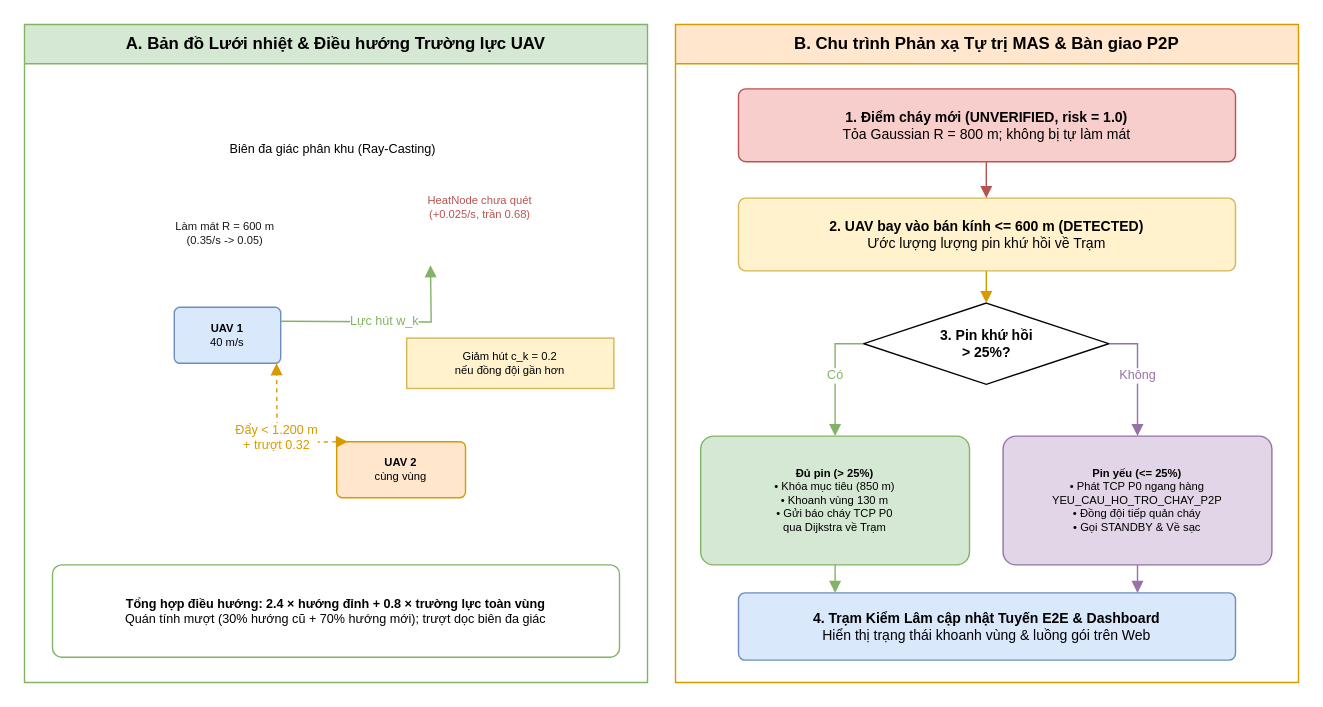
Before: docs/diagrams_drawio/fig2_9_mas_heatmap_autonomy.drawio in xuanquy06/PBL4, a draw.io diagram. Source tidied: cells renumbered, new cells numbered last; positions are measured from the earlier drawing's top-left corner, leaving out a move shared by most shapes. Both pictures are drawn from the tidied source at 140%, with x=0, y=0 at pixel (24, 24).
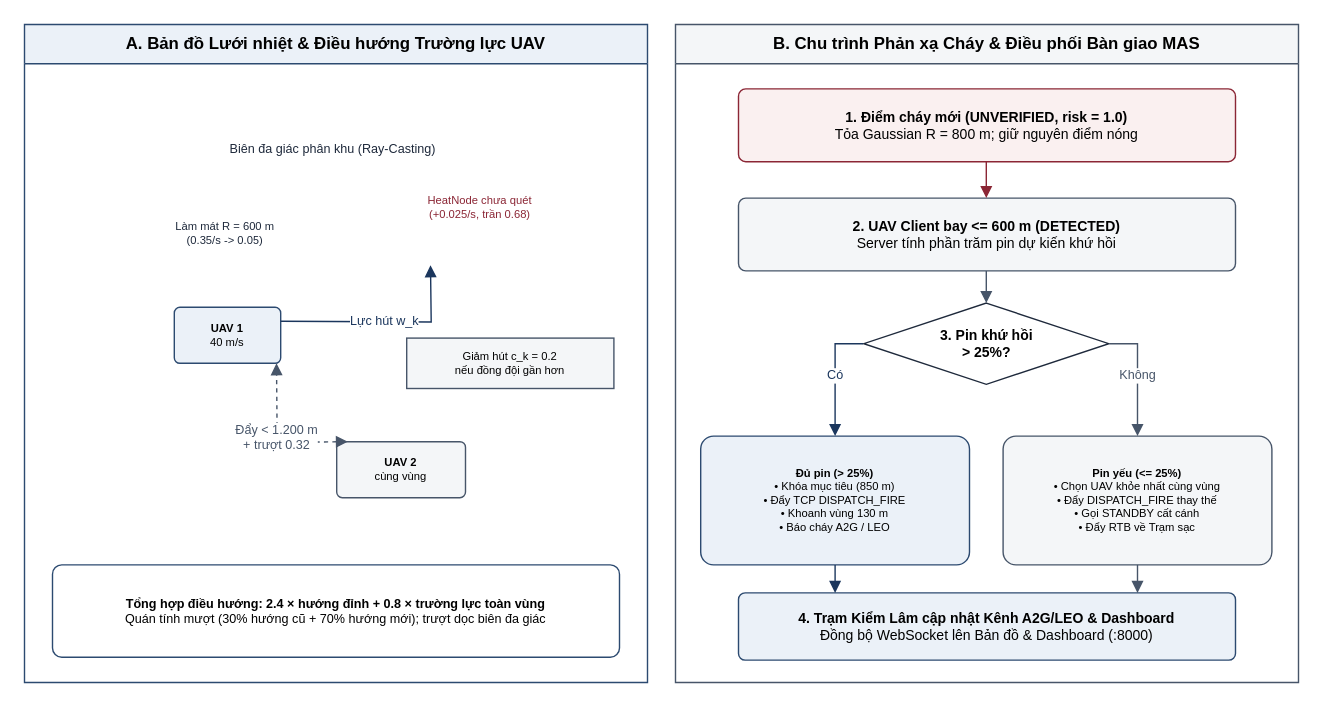
Above is the later version.

The edit, as a diff of the source:
```diff
@@
-    <mxCell id="2" value="A. Bản đồ Lưới nhiệt &amp;amp; Điều hướng Trường lực UAV" style="swimlane;whiteSpace=wrap;html=1;startSize=28;fillColor=#d5e8d4;strokeColor=#82b366;swimlaneFillColor=#ffffff;fontSize=12;fontStyle=1;fontColor=#000000;" parent="1" vertex="1">
+    <mxCell id="2" value="A. Bản đồ Lưới nhiệt &amp;amp; Điều hướng Trường lực UAV" style="swimlane;whiteSpace=wrap;html=1;startSize=28;fillColor=#EBF1F8;strokeColor=#2C4A70;swimlaneFillColor=#FFFFFF;fontSize=12;fontStyle=1;fontColor=#000000;" parent="1" vertex="1">
       <mxGeometry width="445" height="470" as="geometry" />
     </mxCell>
-    <mxCell id="3" value="Biên đa giác phân khu (Ray-Casting)" style="text;html=1;align=center;verticalAlign=center;strokeColor=none;fillColor=none;fontSize=9;fontColor=#000000;" parent="1" vertex="1">
+    <mxCell id="3" value="Biên đa giác phân khu (Ray-Casting)" style="text;html=1;align=center;verticalAlign=center;strokeColor=none;fillColor=none;fontSize=9;fontColor=#1E293B;" parent="1" vertex="1">
       <mxGeometry x="180" y="72" width="80" height="20" as="geometry" />
     </mxCell>
-    <mxCell id="4" value="&lt;b&gt;UAV 1&lt;/b&gt;&lt;br&gt;40 m/s" style="rounded=1;arcSize=10;whiteSpace=wrap;html=1;fillColor=#dae8fc;strokeColor=#6c8ebf;fontSize=8;fontColor=#000000;" parent="1" vertex="1">
+    <mxCell id="4" value="&lt;b&gt;UAV 1&lt;/b&gt;&lt;br&gt;40 m/s" style="rounded=1;arcSize=10;whiteSpace=wrap;html=1;fillColor=#EBF1F8;strokeColor=#2C4A70;fontSize=8;fontColor=#000000;" parent="1" vertex="1">
       <mxGeometry x="107" y="202" width="76" height="40" as="geometry" />
     </mxCell>
-    <mxCell id="5" value="Làm mát R = 600 m&lt;br&gt;(0.35/s -&amp;gt; 0.05)" style="text;html=1;align=center;verticalAlign=center;strokeColor=none;fillColor=none;fontSize=8;fontColor=#1a1a1a;" parent="1" vertex="1">
+    <mxCell id="5" value="Làm mát R = 600 m&lt;br&gt;(0.35/s -&amp;gt; 0.05)" style="text;html=1;align=center;verticalAlign=center;strokeColor=none;fillColor=none;fontSize=8;fontColor=#1E293B;" parent="1" vertex="1">
       <mxGeometry x="103" y="132" width="80" height="20" as="geometry" />
     </mxCell>
-    <mxCell id="6" value="HeatNode chưa quét&lt;br&gt;(+0.025/s, trần 0.68)" style="text;html=1;align=center;verticalAlign=center;strokeColor=none;fillColor=none;fontSize=8;fontColor=#b85450;" parent="1" vertex="1">
+    <mxCell id="6" value="HeatNode chưa quét&lt;br&gt;(+0.025/s, trần 0.68)" style="text;html=1;align=center;verticalAlign=center;strokeColor=none;fillColor=none;fontSize=8;fontColor=#8B2635;" parent="1" vertex="1">
       <mxGeometry x="285" y="114" width="80" height="20" as="geometry" />
     </mxCell>
-    <mxCell id="7" value="Lực hút w_k" style="edgeStyle=orthogonalEdgeStyle;rounded=0;orthogonalLoop=1;jettySize=auto;html=1;strokeColor=#82b366;fontColor=#82b366;fontSize=9;endArrow=block;endFill=1;" parent="1" edge="1">
+    <mxCell id="7" value="Lực hút w_k" style="edgeStyle=orthogonalEdgeStyle;rounded=0;orthogonalLoop=1;jettySize=auto;html=1;strokeColor=#1B365D;fontColor=#1B365D;fontSize=9;endArrow=block;endFill=1;" parent="1" edge="1">
       <mxGeometry relative="1" as="geometry">
         <mxPoint x="183" y="212" as="sourcePoint" />
         <mxPoint x="290" y="172" as="targetPoint" />
       </mxGeometry>
     </mxCell>
-    <mxCell id="8" value="&lt;b&gt;UAV 2&lt;/b&gt;&lt;br&gt;cùng vùng" style="rounded=1;arcSize=10;whiteSpace=wrap;html=1;fillColor=#ffe6cc;strokeColor=#d79b00;fontSize=8;fontColor=#000000;" parent="1" vertex="1">
+    <mxCell id="8" value="&lt;b&gt;UAV 2&lt;/b&gt;&lt;br&gt;cùng vùng" style="rounded=1;arcSize=10;whiteSpace=wrap;html=1;fillColor=#F4F6F8;strokeColor=#475569;fontSize=8;fontColor=#000000;" parent="1" vertex="1">
       <mxGeometry x="223" y="298" width="92" height="40" as="geometry" />
     </mxCell>
-    <mxCell id="9" value="Đẩy &amp;lt; 1.200 m&lt;br&gt;+ trượt 0.32" style="edgeStyle=orthogonalEdgeStyle;rounded=0;orthogonalLoop=1;jettySize=auto;html=1;strokeColor=#d79b00;fontColor=#d79b00;fontSize=9;dashed=1;endArrow=block;endFill=1;startArrow=block;startFill=1;" parent="1" edge="1">
+    <mxCell id="9" value="Đẩy &amp;lt; 1.200 m&lt;br&gt;+ trượt 0.32" style="edgeStyle=orthogonalEdgeStyle;rounded=0;orthogonalLoop=1;jettySize=auto;html=1;strokeColor=#475569;fontColor=#475569;fontSize=9;dashed=1;endArrow=block;endFill=1;startArrow=block;startFill=1;" parent="1" edge="1">
       <mxGeometry relative="1" as="geometry">
         <mxPoint x="231" y="298" as="sourcePoint" />
         <mxPoint x="180" y="242" as="targetPoint" />
       </mxGeometry>
     </mxCell>
-    <mxCell id="10" value="Giảm hút c_k = 0.2&lt;br&gt;nếu đồng đội gần hơn" style="rounded=0;whiteSpace=wrap;html=1;fillColor=#fff2cc;strokeColor=#d6b656;fontSize=8;fontColor=#000000;" parent="1" vertex="1">
+    <mxCell id="10" value="Giảm hút c_k = 0.2&lt;br&gt;nếu đồng đội gần hơn" style="rounded=0;whiteSpace=wrap;html=1;fillColor=#F4F6F8;strokeColor=#475569;fontSize=8;fontColor=#000000;" parent="1" vertex="1">
       <mxGeometry x="273" y="224" width="148" height="36" as="geometry" />
     </mxCell>
-    <mxCell id="11" value="&lt;b&gt;Tổng hợp điều hướng: 2.4 × hướng đỉnh + 0.8 × trường lực toàn vùng&lt;/b&gt;&lt;br&gt;Quán tính mượt (30% hướng cũ + 70% hướng mới); trượt dọc biên đa giác" style="rounded=1;arcSize=10;whiteSpace=wrap;html=1;fillColor=#ffffff;strokeColor=#82b366;fontSize=9;fontColor=#000000;" parent="1" vertex="1">
+    <mxCell id="11" value="&lt;b&gt;Tổng hợp điều hướng: 2.4 × hướng đỉnh + 0.8 × trường lực toàn vùng&lt;/b&gt;&lt;br&gt;Quán tính mượt (30% hướng cũ + 70% hướng mới); trượt dọc biên đa giác" style="rounded=1;arcSize=10;whiteSpace=wrap;html=1;fillColor=#FFFFFF;strokeColor=#2C4A70;fontSize=9;fontColor=#000000;" parent="1" vertex="1">
       <mxGeometry x="20" y="386" width="405" height="66" as="geometry" />
     </mxCell>
-    <mxCell id="12" value="B. Chu trình Phản xạ Tự trị MAS &amp;amp; Bàn giao P2P" style="swimlane;whiteSpace=wrap;html=1;startSize=28;fillColor=#ffe6cc;strokeColor=#d79b00;swimlaneFillColor=#ffffff;fontSize=12;fontStyle=1;fontColor=#000000;" parent="1" vertex="1">
+    <mxCell id="12" value="B. Chu trình Phản xạ Cháy &amp;amp; Điều phối Bàn giao MAS" style="swimlane;whiteSpace=wrap;html=1;startSize=28;fillColor=#F4F6F8;strokeColor=#475569;swimlaneFillColor=#FFFFFF;fontSize=12;fontStyle=1;fontColor=#000000;" parent="1" vertex="1">
       <mxGeometry x="465" width="445" height="470" as="geometry" />
     </mxCell>
-    <mxCell id="13" value="&lt;b&gt;1. Điểm cháy mới (UNVERIFIED, risk = 1.0)&lt;/b&gt;&lt;br&gt;Tỏa Gaussian R = 800 m; không bị tự làm mát" style="rounded=1;arcSize=10;whiteSpace=wrap;html=1;fillColor=#f8cecc;strokeColor=#b85450;fontSize=10;fontColor=#000000;" parent="1" vertex="1">
+    <mxCell id="13" value="&lt;b&gt;1. Điểm cháy mới (UNVERIFIED, risk = 1.0)&lt;/b&gt;&lt;br&gt;Tỏa Gaussian R = 800 m; giữ nguyên điểm nóng" style="rounded=1;arcSize=10;whiteSpace=wrap;html=1;fillColor=#FAF0F0;strokeColor=#8B2635;fontSize=10;fontColor=#000000;" parent="1" vertex="1">
       <mxGeometry x="510" y="46" width="355" height="52" as="geometry" />
     </mxCell>
-    <mxCell id="14" value="&lt;b&gt;2. UAV bay vào bán kính &amp;lt;= 600 m (DETECTED)&lt;/b&gt;&lt;br&gt;Ước lượng lượng pin khứ hồi về Trạm" style="rounded=1;arcSize=10;whiteSpace=wrap;html=1;fillColor=#fff2cc;strokeColor=#d6b656;fontSize=10;fontColor=#000000;" parent="1" vertex="1">
+    <mxCell id="14" value="&lt;b&gt;2. UAV Client bay &amp;lt;= 600 m (DETECTED)&lt;/b&gt;&lt;br&gt;Server tính phần trăm pin dự kiến khứ hồi" style="rounded=1;arcSize=10;whiteSpace=wrap;html=1;fillColor=#F4F6F8;strokeColor=#475569;fontSize=10;fontColor=#000000;" parent="1" vertex="1">
       <mxGeometry x="510" y="124" width="355" height="52" as="geometry" />
     </mxCell>
-    <mxCell id="15" value="3. Pin khứ hồi&lt;br&gt;&amp;gt; 25%?" style="rhombus;whiteSpace=wrap;html=1;fillColor=#ffffff;strokeColor=#000000;fontSize=10;fontStyle=1;fontColor=#000000;" parent="1" vertex="1">
+    <mxCell id="15" value="3. Pin khứ hồi&lt;br&gt;&amp;gt; 25%?" style="rhombus;whiteSpace=wrap;html=1;fillColor=#FFFFFF;strokeColor=#1E293B;fontSize=10;fontStyle=1;fontColor=#000000;" parent="1" vertex="1">
       <mxGeometry x="599.5" y="199" width="175" height="58" as="geometry" />
     </mxCell>
-    <mxCell id="16" value="&lt;b&gt;Đủ pin (&amp;gt; 25%)&lt;/b&gt;&lt;br&gt;• Khóa mục tiêu (850 m)&lt;br&gt;• Khoanh vùng 130 m&lt;br&gt;• Gửi báo cháy TCP P0&lt;br&gt;  qua Dijkstra về Trạm" style="rounded=1;arcSize=10;whiteSpace=wrap;html=1;fillColor=#d5e8d4;strokeColor=#82b366;fontSize=8;fontColor=#000000;" parent="1" vertex="1">
+    <mxCell id="16" value="&lt;b&gt;Đủ pin (&amp;gt; 25%)&lt;/b&gt;&lt;br&gt;• Khóa mục tiêu (850 m)&lt;br&gt;• Đẩy TCP DISPATCH_FIRE&lt;br&gt;• Khoanh vùng 130 m&lt;br&gt;• Báo cháy A2G / LEO" style="rounded=1;arcSize=10;whiteSpace=wrap;html=1;fillColor=#EBF1F8;strokeColor=#2C4A70;fontSize=8;fontColor=#000000;" parent="1" vertex="1">
       <mxGeometry x="483" y="294" width="192" height="92" as="geometry" />
     </mxCell>
-    <mxCell id="17" value="&lt;b&gt;Pin yếu (&amp;lt;= 25%)&lt;/b&gt;&lt;br&gt;• Phát TCP P0 ngang hàng&lt;br&gt;  YEU_CAU_HO_TRO_CHAY_P2P&lt;br&gt;• Đồng đội tiếp quản cháy&lt;br&gt;• Gọi STANDBY &amp;amp; Về sạc" style="rounded=1;arcSize=10;whiteSpace=wrap;html=1;fillColor=#e1d5e7;strokeColor=#9673a6;fontSize=8;fontColor=#000000;" parent="1" vertex="1">
+    <mxCell id="17" value="&lt;b&gt;Pin yếu (&amp;lt;= 25%)&lt;/b&gt;&lt;br&gt;• Chọn UAV khỏe nhất cùng vùng&lt;br&gt;• Đẩy DISPATCH_FIRE thay thế&lt;br&gt;• Gọi STANDBY cất cánh&lt;br&gt;• Đẩy RTB về Trạm sạc" style="rounded=1;arcSize=10;whiteSpace=wrap;html=1;fillColor=#F4F6F8;strokeColor=#475569;fontSize=8;fontColor=#000000;" parent="1" vertex="1">
       <mxGeometry x="699" y="294" width="192" height="92" as="geometry" />
     </mxCell>
-    <mxCell id="18" value="&lt;b&gt;4. Trạm Kiểm Lâm cập nhật Tuyến E2E &amp;amp; Dashboard&lt;/b&gt;&lt;br&gt;Hiển thị trạng thái khoanh vùng &amp;amp; luồng gói trên Web" style="rounded=1;arcSize=10;whiteSpace=wrap;html=1;fillColor=#dae8fc;strokeColor=#6c8ebf;fontSize=10;fontColor=#000000;" parent="1" vertex="1">
+    <mxCell id="18" value="&lt;b&gt;4. Trạm Kiểm Lâm cập nhật Kênh A2G/LEO &amp;amp; Dashboard&lt;/b&gt;&lt;br&gt;Đồng bộ WebSocket lên Bản đồ &amp;amp; Dashboard (:8000)" style="rounded=1;arcSize=10;whiteSpace=wrap;html=1;fillColor=#EBF1F8;strokeColor=#2C4A70;fontSize=10;fontColor=#000000;" parent="1" vertex="1">
       <mxGeometry x="510" y="406" width="355" height="48" as="geometry" />
     </mxCell>
-    <mxCell id="19" style="edgeStyle=orthogonalEdgeStyle;rounded=0;orthogonalLoop=1;jettySize=auto;html=1;strokeColor=#b85450;fontColor=#b85450;fontSize=9;endArrow=block;endFill=1;" parent="1" edge="1">
+    <mxCell id="19" style="edgeStyle=orthogonalEdgeStyle;rounded=0;orthogonalLoop=1;jettySize=auto;html=1;strokeColor=#8B2635;fontColor=#8B2635;fontSize=9;endArrow=block;endFill=1;" parent="1" edge="1">
       <mxGeometry relative="1" as="geometry">
         <mxPoint x="687" y="98" as="sourcePoint" />
         <mxPoint x="687" y="124" as="targetPoint" />
       </mxGeometry>
     </mxCell>
-    <mxCell id="20" style="edgeStyle=orthogonalEdgeStyle;rounded=0;orthogonalLoop=1;jettySize=auto;html=1;strokeColor=#d79b00;fontColor=#d79b00;fontSize=9;endArrow=block;endFill=1;" parent="1" edge="1">
+    <mxCell id="20" style="edgeStyle=orthogonalEdgeStyle;rounded=0;orthogonalLoop=1;jettySize=auto;html=1;strokeColor=#475569;fontColor=#475569;fontSize=9;endArrow=block;endFill=1;" parent="1" edge="1">
       <mxGeometry relative="1" as="geometry">
         <mxPoint x="687" y="176" as="sourcePoint" />
         <mxPoint x="687" y="199" as="targetPoint" />
       </mxGeometry>
     </mxCell>
-    <mxCell id="21" value="Có" style="edgeStyle=orthogonalEdgeStyle;rounded=0;orthogonalLoop=1;jettySize=auto;html=1;strokeColor=#82b366;fontColor=#82b366;fontSize=9;endArrow=block;endFill=1;" parent="1" edge="1">
+    <mxCell id="21" value="Có" style="edgeStyle=orthogonalEdgeStyle;rounded=0;orthogonalLoop=1;jettySize=auto;html=1;strokeColor=#1B365D;fontColor=#1B365D;fontSize=9;endArrow=block;endFill=1;" parent="1" edge="1">
       <mxGeometry relative="1" as="geometry">
         <mxPoint x="599" y="228" as="sourcePoint" />
         <mxPoint x="579" y="294" as="targetPoint" />
         <Array as="points">
           <mxPoint x="579" y="228" />
         </Array>
       </mxGeometry>
     </mxCell>
-    <mxCell id="22" value="Không" style="edgeStyle=orthogonalEdgeStyle;rounded=0;orthogonalLoop=1;jettySize=auto;html=1;strokeColor=#9673a6;fontColor=#9673a6;fontSize=9;endArrow=block;endFill=1;" parent="1" edge="1">
+    <mxCell id="22" value="Không" style="edgeStyle=orthogonalEdgeStyle;rounded=0;orthogonalLoop=1;jettySize=auto;html=1;strokeColor=#475569;fontColor=#475569;fontSize=9;endArrow=block;endFill=1;" parent="1" edge="1">
       <mxGeometry relative="1" as="geometry">
         <mxPoint x="775" y="228" as="sourcePoint" />
         <mxPoint x="795" y="294" as="targetPoint" />
         <Array as="points">
           <mxPoint x="795" y="228" />
         </Array>
       </mxGeometry>
     </mxCell>
-    <mxCell id="23" style="edgeStyle=orthogonalEdgeStyle;rounded=0;orthogonalLoop=1;jettySize=auto;html=1;strokeColor=#82b366;fontColor=#82b366;fontSize=9;endArrow=block;endFill=1;" parent="1" edge="1">
+    <mxCell id="23" style="edgeStyle=orthogonalEdgeStyle;rounded=0;orthogonalLoop=1;jettySize=auto;html=1;strokeColor=#1B365D;fontColor=#1B365D;fontSize=9;endArrow=block;endFill=1;" parent="1" edge="1">
       <mxGeometry relative="1" as="geometry">
         <mxPoint x="579" y="386" as="sourcePoint" />
         <mxPoint x="579" y="406" as="targetPoint" />
       </mxGeometry>
     </mxCell>
-    <mxCell id="24" style="edgeStyle=orthogonalEdgeStyle;rounded=0;orthogonalLoop=1;jettySize=auto;html=1;strokeColor=#9673a6;fontColor=#9673a6;fontSize=9;endArrow=block;endFill=1;" parent="1" edge="1">
+    <mxCell id="24" style="edgeStyle=orthogonalEdgeStyle;rounded=0;orthogonalLoop=1;jettySize=auto;html=1;strokeColor=#475569;fontColor=#475569;fontSize=9;endArrow=block;endFill=1;" parent="1" edge="1">
       <mxGeometry relative="1" as="geometry">
         <mxPoint x="795" y="386" as="sourcePoint" />
         <mxPoint x="795" y="406" as="targetPoint" />
       </mxGeometry>
     </mxCell>
```
